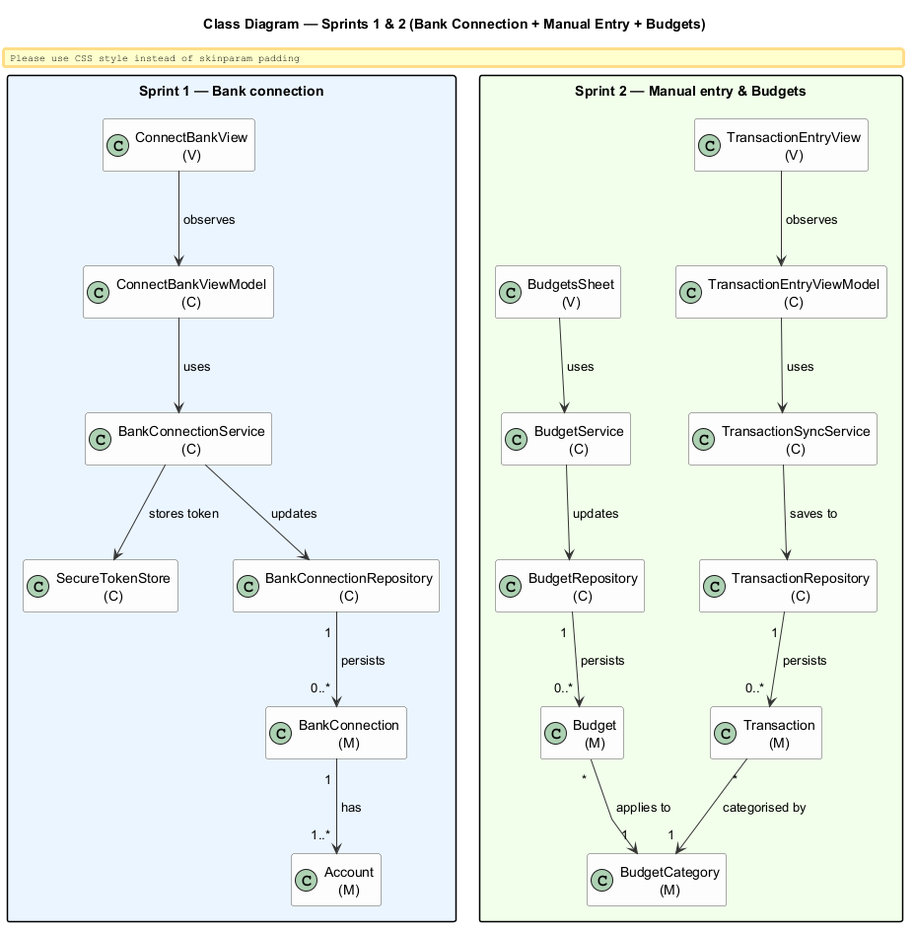
Above: portfolio_diagrams/ClassDiagram_Sprint1_2.png in beckz001/Bujet (PlantUML), before the change.
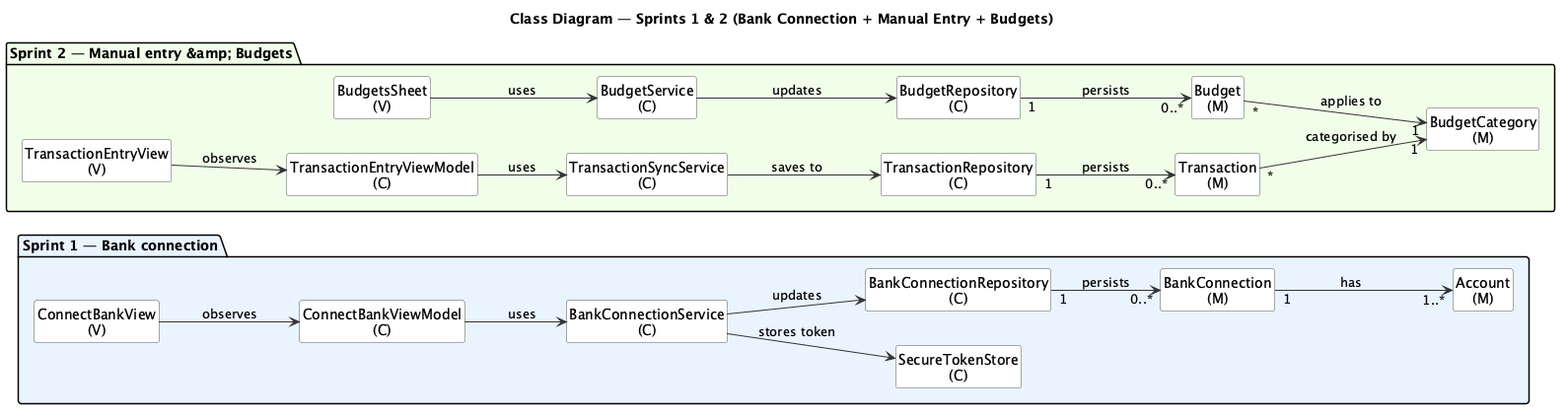
Above is the later version.

The edit, as a diff of the source:
```diff
@@ -1,18 +1,35 @@
 @startuml ClassDiagram_Sprint1_2
 title Class Diagram — Sprints 1 & 2 (Bank Connection + Manual Entry + Budgets)
+hide circles
 
-skinparam classAttributeIconSize 0
-skinparam packageStyle rectangle
-skinparam linetype polyline
-skinparam nodesep 55
-skinparam ranksep 70
-skinparam padding 4
-skinparam shadowing false
-skinparam class {
-  BackgroundColor #FDFDFD
-  BorderColor #555555
-  ArrowColor #333333
+left to right direction
+
+<style>
+classDiagram {
+  nodeSep 55
+  rankSep 70
 }
+
+class {
+  BackGroundColor #FDFDFD
+  LineColor #555555
+}
+
+arrow {
+  LineColor #333333
+}
+
+package {
+  Style rectangle
+}
+
+element {
+  Shadowing 0
+  Padding 4
+}
+
+</style>
+
 hide empty members
 
 package "Sprint 1 — Bank connection" #EAF4FF {
@@ -32,7 +49,7 @@
 S1Repo "1" --> "0..*" S1Conn : persists
 S1Conn "1" --> "1..*" S1Acct : has
 
-package "Sprint 2 — Manual entry & Budgets" #F1FFEA {
+package "Sprint 2 — Manual entry &amp; Budgets" #F1FFEA {
   class "TransactionEntryView\n(V)"         as S2View
   class "TransactionEntryViewModel\n(C)"    as S2VM
   class "TransactionSyncService\n(C)"       as S2Svc
```
